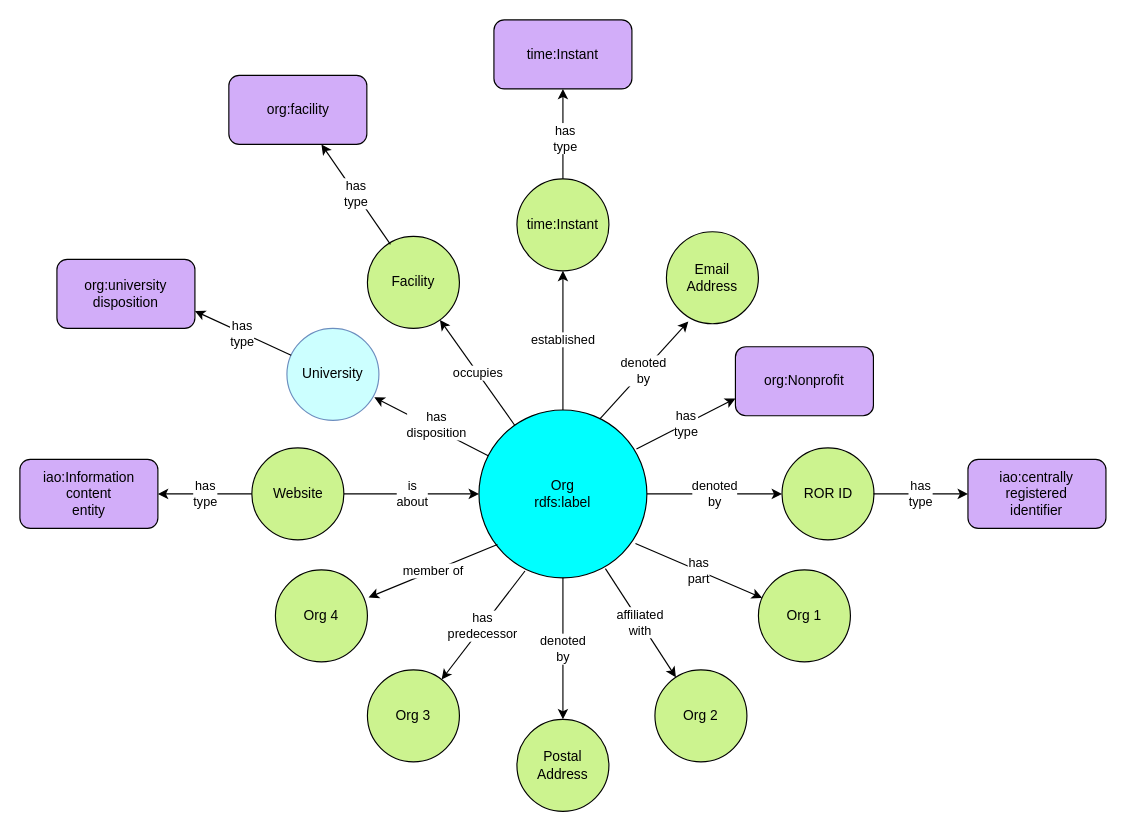
This is docs/img/org-overview.drawio from mconlon17/organization-ontology, a draw.io file, before an edit. Source tidied: cells renumbered, new cells numbered last; positions are measured from the earlier drawing's top-left corner, leaving out a move shared by most shapes. Both pictures are drawn from the tidied source at 115%, with x=0, y=0 at pixel (20, 20).
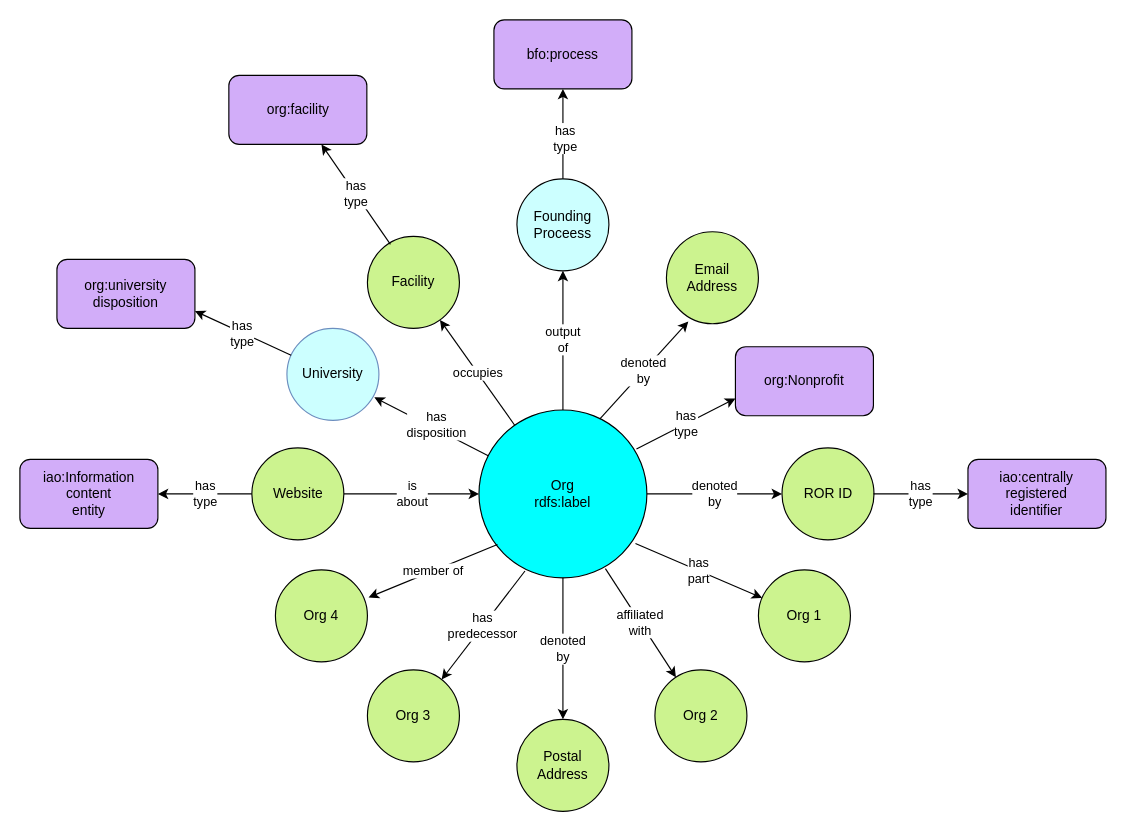
The same diagram, later.

Unchanged cells that the change refers to:
```xml
<mxCell id="15" value="&lt;div&gt;Org&lt;span&gt;&lt;br&gt;&lt;/span&gt;&lt;/div&gt;&lt;div&gt;&lt;span&gt;rdfs:label&lt;/span&gt;&lt;/div&gt;" style="ellipse;whiteSpace=wrap;html=1;fillColor=#00FFFF;" parent="1" vertex="1">
  <mxGeometry x="399" y="339" width="146" height="146" as="geometry" />
</mxCell>
```

Diff of the diagram source:
```diff
@@
-    <mxCell id="23" value="time:Instant" style="ellipse;whiteSpace=wrap;html=1;fillColor=#CCF38F;" parent="1" vertex="1">
+    <mxCell id="23" value="&lt;div&gt;Founding&lt;/div&gt;&lt;div&gt;Proceess&lt;br&gt;&lt;/div&gt;" style="ellipse;whiteSpace=wrap;html=1;fillColor=#CCFFFF;" parent="1" vertex="1">
       <mxGeometry x="432" y="138" width="80" height="80" as="geometry" />
     </mxCell>
-    <mxCell id="24" value="established" style="endArrow=classic;html=1;" parent="1" edge="1" source="15" target="23">
+    <mxCell id="24" value="&lt;div&gt;output&lt;/div&gt;&lt;div&gt;of&lt;br&gt;&lt;/div&gt;" style="endArrow=classic;html=1;" parent="1" edge="1" source="15" target="23">
       <mxGeometry relative="1" as="geometry" />
     </mxCell>
-    <mxCell id="25" value="time:Instant" style="rounded=1;whiteSpace=wrap;html=1;fillColor=#d2adf9;" parent="1" vertex="1">
+    <mxCell id="25" value="bfo:process" style="rounded=1;whiteSpace=wrap;html=1;fillColor=#d2adf9;" parent="1" vertex="1">
       <mxGeometry x="412" y="-0.2" width="120" height="60" as="geometry" />
     </mxCell>
```
